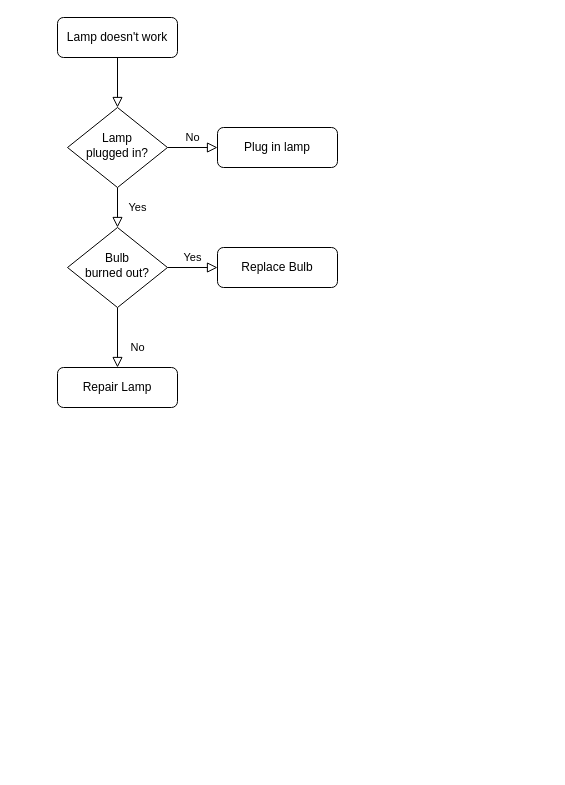
The draw.io diagram spacemall.drawio in mosnyik/spacemall, before the edit. Source tidied: cells renumbered, new cells numbered last; positions are measured from the earlier drawing's top-left corner, leaving out a move shared by most shapes. Both pictures are drawn from the tidied source at 100%, with x=0, y=0 at pixel (57, 17).
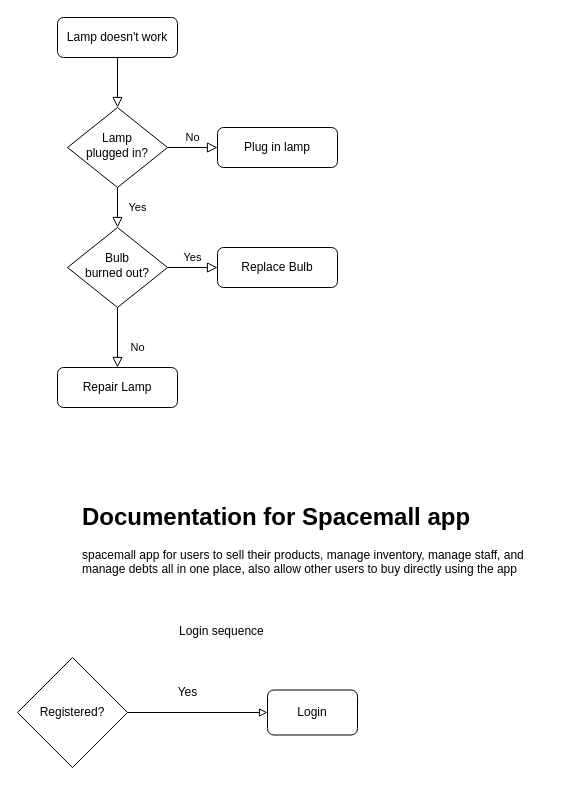
Above is the later version.

Diff of the diagram source:
```diff
@@
 <mxGraphModel>
   <root>
     <mxCell id="0" />
     <mxCell id="1" parent="0" />
     <mxCell id="2" style="rounded=0;html=1;jettySize=auto;fontSize=11;endArrow=block;endFill=0;endSize=8;strokeWidth=1;shadow=0;labelBackgroundColor=none;edgeStyle=orthogonalEdgeStyle;" parent="1" edge="1" source="3" target="6">
       <mxGeometry relative="1" as="geometry" />
     </mxCell>
     <mxCell id="3" value="Lamp doesn't work" style="rounded=1;whiteSpace=wrap;html=1;fontSize=12;glass=0;strokeWidth=1;shadow=0;" parent="1" vertex="1">
       <mxGeometry width="120" height="40" as="geometry" />
     </mxCell>
     <mxCell id="4" value="Yes" style="rounded=0;html=1;jettySize=auto;fontSize=11;endArrow=block;endFill=0;endSize=8;strokeWidth=1;shadow=0;labelBackgroundColor=none;edgeStyle=orthogonalEdgeStyle;" parent="1" edge="1" source="6" target="10">
       <mxGeometry y="20" relative="1" as="geometry" />
     </mxCell>
     <mxCell id="5" value="No" style="edgeStyle=orthogonalEdgeStyle;rounded=0;html=1;jettySize=auto;fontSize=11;endArrow=block;endFill=0;endSize=8;strokeWidth=1;shadow=0;labelBackgroundColor=none;" parent="1" edge="1" source="6" target="7">
       <mxGeometry y="10" relative="1" as="geometry" />
     </mxCell>
     <mxCell id="6" value="Lamp&lt;br&gt;plugged in?" style="rhombus;whiteSpace=wrap;html=1;shadow=0;fontFamily=Helvetica;fontSize=12;align=center;strokeWidth=1;spacing=6;spacingTop=-4;" parent="1" vertex="1">
       <mxGeometry x="10" y="90" width="100" height="80" as="geometry" />
     </mxCell>
     <mxCell id="7" value="Plug in lamp" style="rounded=1;whiteSpace=wrap;html=1;fontSize=12;glass=0;strokeWidth=1;shadow=0;" parent="1" vertex="1">
       <mxGeometry x="160" y="110" width="120" height="40" as="geometry" />
     </mxCell>
     <mxCell id="8" value="No" style="rounded=0;html=1;jettySize=auto;fontSize=11;endArrow=block;endFill=0;endSize=8;strokeWidth=1;shadow=0;labelBackgroundColor=none;edgeStyle=orthogonalEdgeStyle;" parent="1" edge="1" source="10" target="11">
       <mxGeometry x="0.33" y="20" relative="1" as="geometry" />
     </mxCell>
     <mxCell id="9" value="Yes" style="edgeStyle=orthogonalEdgeStyle;rounded=0;html=1;jettySize=auto;fontSize=11;endArrow=block;endFill=0;endSize=8;strokeWidth=1;shadow=0;labelBackgroundColor=none;" parent="1" edge="1" source="10" target="12">
       <mxGeometry y="10" relative="1" as="geometry" />
     </mxCell>
     <mxCell id="10" value="Bulb&lt;br&gt;burned out?" style="rhombus;whiteSpace=wrap;html=1;shadow=0;fontFamily=Helvetica;fontSize=12;align=center;strokeWidth=1;spacing=6;spacingTop=-4;" parent="1" vertex="1">
       <mxGeometry x="10" y="210" width="100" height="80" as="geometry" />
     </mxCell>
     <mxCell id="11" value="Repair Lamp" style="rounded=1;whiteSpace=wrap;html=1;fontSize=12;glass=0;strokeWidth=1;shadow=0;" parent="1" vertex="1">
       <mxGeometry y="350" width="120" height="40" as="geometry" />
     </mxCell>
     <mxCell id="12" value="Replace Bulb" style="rounded=1;whiteSpace=wrap;html=1;fontSize=12;glass=0;strokeWidth=1;shadow=0;" parent="1" vertex="1">
       <mxGeometry x="160" y="230" width="120" height="40" as="geometry" />
     </mxCell>
+    <mxCell id="13" value="&lt;h1&gt;Documentation for Spacemall app&lt;/h1&gt;&lt;p&gt;spacemall app for users to sell their products, manage inventory, manage staff, and manage debts all in one place, also allow other users to buy directly using the app&lt;/p&gt;" style="text;html=1;strokeColor=none;fillColor=none;spacing=5;spacingTop=-20;whiteSpace=wrap;overflow=hidden;rounded=0;" parent="1" vertex="1">
+      <mxGeometry x="20" y="480" width="470" height="120" as="geometry" />
+    </mxCell>
+    <mxCell id="14" style="edgeStyle=orthogonalEdgeStyle;rounded=0;jettySize=auto;html=1;exitX=1;exitY=0.5;exitDx=0;exitDy=0;entryX=0;entryY=0.5;entryDx=0;entryDy=0;endArrow=block;endFill=0;" parent="1" edge="1" source="15" target="16">
+      <mxGeometry relative="1" as="geometry" />
+    </mxCell>
+    <mxCell id="15" value="Registered?" style="rhombus;whiteSpace=wrap;html=1;" parent="1" vertex="1">
+      <mxGeometry x="-40" y="640" width="110" height="110" as="geometry" />
+    </mxCell>
+    <mxCell id="16" value="Login" style="rounded=1;whiteSpace=wrap;html=1;arcSize=14;" parent="1" vertex="1">
+      <mxGeometry x="210" y="672.5" width="90" height="45" as="geometry" />
+    </mxCell>
+    <mxCell id="17" value="Yes" style="text;html=1;align=center;verticalAlign=middle;strokeColor=none;fillColor=none;" parent="1" vertex="1">
+      <mxGeometry x="110" y="660" width="40" height="30" as="geometry" />
+    </mxCell>
+    <mxCell id="18" value="Login sequence" style="text;whiteSpace=wrap;html=1;" parent="1" vertex="1">
+      <mxGeometry x="120" y="600" width="210" height="40" as="geometry" />
+    </mxCell>
   </root>
 </mxGraphModel>
```
